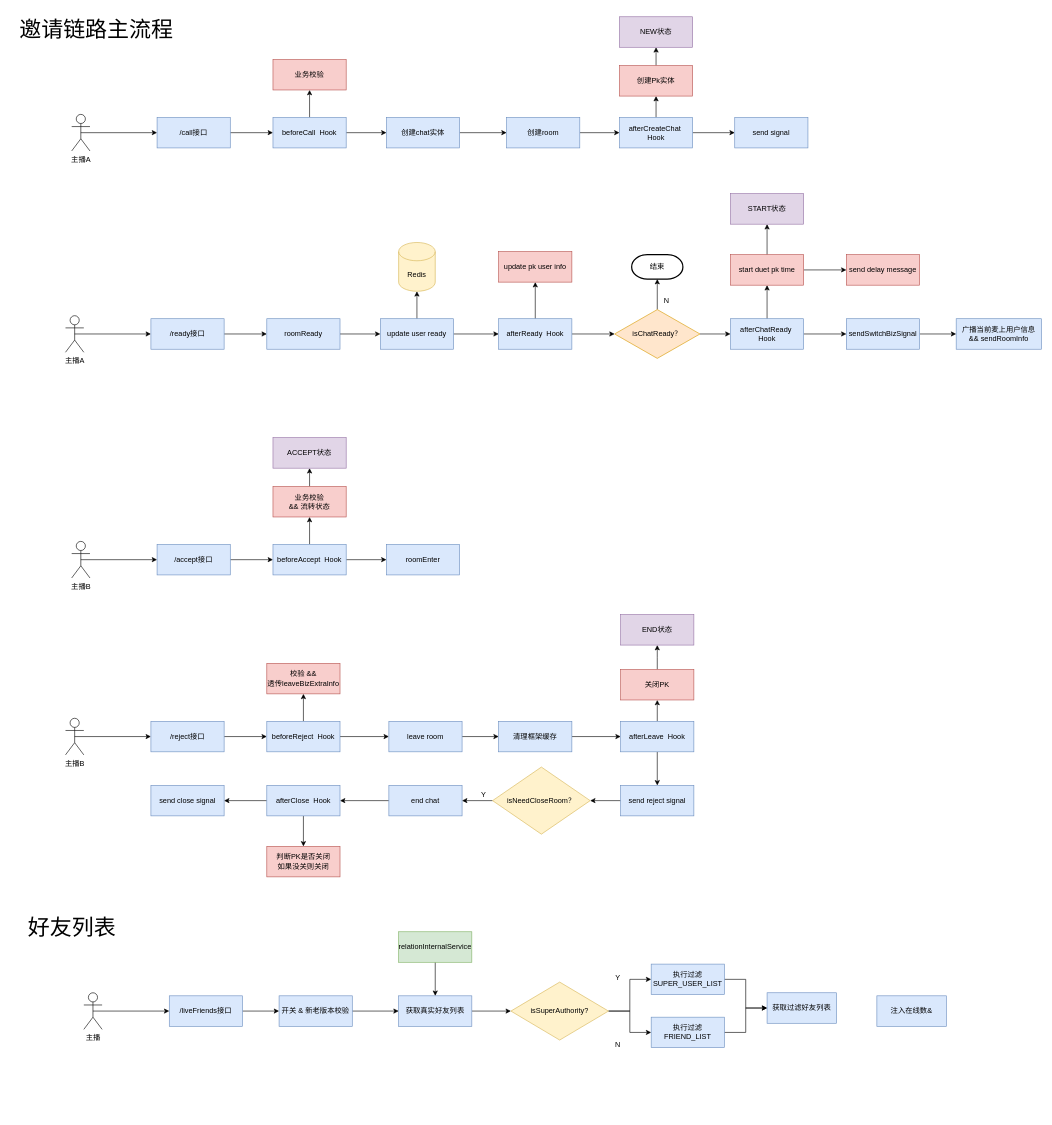
The draw.io diagram PK.drawio in fengyn1218/draw-pic, before the edit. Source tidied: cells renumbered, new cells numbered last; positions are measured from the earlier drawing's top-left corner, leaving out a move shared by most shapes. Both pictures are drawn from the tidied source at 61%, with x=0, y=0 at pixel (10, 10).
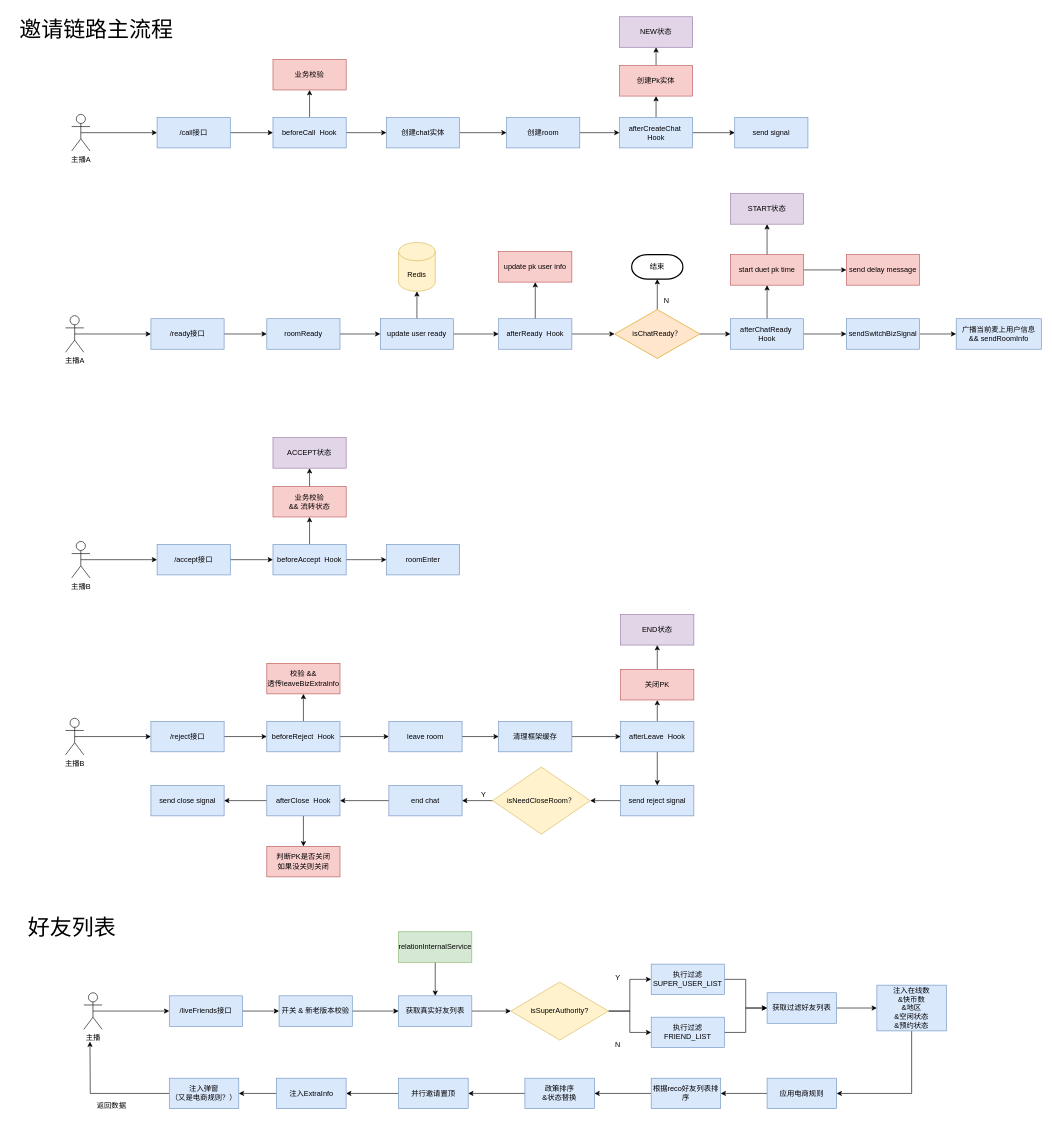
After the change.

The change refers to these unchanged cells:
```xml
<mxCell id="113" value="获取过滤好友列表" style="rounded=0;whiteSpace=wrap;html=1;fillColor=#dae8fc;strokeColor=#6c8ebf;" parent="1" vertex="1">
  <mxGeometry x="1240" y="1610" width="114" height="50" as="geometry" />
</mxCell>
```

Diff of the diagram source:
```diff
@@
+    <mxCell id="115" style="edgeStyle=orthogonalEdgeStyle;rounded=0;jettySize=auto;html=1;exitX=1;exitY=0.5;exitDx=0;exitDy=0;entryX=0;entryY=0.5;entryDx=0;entryDy=0;" parent="1" edge="1" source="113" target="114">
+      <mxGeometry relative="1" as="geometry" />
+    </mxCell>
@@
+    <mxCell id="116" style="edgeStyle=orthogonalEdgeStyle;rounded=0;jettySize=auto;html=1;exitX=0.5;exitY=1;exitDx=0;exitDy=0;entryX=1;entryY=0.5;entryDx=0;entryDy=0;" parent="1" edge="1" source="114" target="118">
+      <mxGeometry relative="1" as="geometry" />
+    </mxCell>
-    <mxCell id="114" value="注入在线数&amp;amp;" style="rounded=0;whiteSpace=wrap;html=1;fillColor=#dae8fc;strokeColor=#6c8ebf;" parent="1" vertex="1">
-      <mxGeometry x="1420" y="1615" width="114" height="50" as="geometry" />
+    <mxCell id="114" value="注入在线数&lt;br&gt;&amp;amp;快币数&lt;br&gt;&amp;amp;地区&lt;br&gt;&amp;amp;空闲状态&lt;br&gt;&amp;amp;预约状态" style="rounded=0;whiteSpace=wrap;html=1;fillColor=#dae8fc;strokeColor=#6c8ebf;" parent="1" vertex="1">
+      <mxGeometry x="1420" y="1597.5" width="114" height="75" as="geometry" />
     </mxCell>
+    <mxCell id="117" style="edgeStyle=orthogonalEdgeStyle;rounded=0;jettySize=auto;html=1;exitX=0;exitY=0.5;exitDx=0;exitDy=0;entryX=1;entryY=0.5;entryDx=0;entryDy=0;" parent="1" edge="1" source="118" target="120">
+      <mxGeometry relative="1" as="geometry" />
+    </mxCell>
+    <mxCell id="118" value="应用电商规则" style="rounded=0;whiteSpace=wrap;html=1;fillColor=#dae8fc;strokeColor=#6c8ebf;" parent="1" vertex="1">
+      <mxGeometry x="1240" y="1750" width="114" height="50" as="geometry" />
+    </mxCell>
+    <mxCell id="119" style="edgeStyle=orthogonalEdgeStyle;rounded=0;jettySize=auto;html=1;exitX=0;exitY=0.5;exitDx=0;exitDy=0;entryX=1;entryY=0.5;entryDx=0;entryDy=0;" parent="1" edge="1" source="120" target="122">
+      <mxGeometry relative="1" as="geometry" />
+    </mxCell>
+    <mxCell id="120" value="根据reco好友列表排序" style="rounded=0;whiteSpace=wrap;html=1;fillColor=#dae8fc;strokeColor=#6c8ebf;" parent="1" vertex="1">
+      <mxGeometry x="1050" y="1750" width="114" height="50" as="geometry" />
+    </mxCell>
+    <mxCell id="121" style="edgeStyle=orthogonalEdgeStyle;rounded=0;jettySize=auto;html=1;exitX=0;exitY=0.5;exitDx=0;exitDy=0;entryX=1;entryY=0.5;entryDx=0;entryDy=0;" parent="1" edge="1" source="122" target="124">
+      <mxGeometry relative="1" as="geometry" />
+    </mxCell>
+    <mxCell id="122" value="政策排序&lt;br&gt;&amp;amp;状态替换" style="rounded=0;whiteSpace=wrap;html=1;fillColor=#dae8fc;strokeColor=#6c8ebf;" parent="1" vertex="1">
+      <mxGeometry x="843" y="1750" width="114" height="50" as="geometry" />
+    </mxCell>
+    <mxCell id="123" style="edgeStyle=orthogonalEdgeStyle;rounded=0;jettySize=auto;html=1;exitX=0;exitY=0.5;exitDx=0;exitDy=0;entryX=1;entryY=0.5;entryDx=0;entryDy=0;" parent="1" edge="1" source="124" target="126">
+      <mxGeometry relative="1" as="geometry" />
+    </mxCell>
+    <mxCell id="124" value="并行邀请置顶" style="rounded=0;whiteSpace=wrap;html=1;fillColor=#dae8fc;strokeColor=#6c8ebf;" parent="1" vertex="1">
+      <mxGeometry x="636" y="1750" width="114" height="50" as="geometry" />
+    </mxCell>
+    <mxCell id="125" style="edgeStyle=orthogonalEdgeStyle;rounded=0;jettySize=auto;html=1;exitX=0;exitY=0.5;exitDx=0;exitDy=0;entryX=1;entryY=0.5;entryDx=0;entryDy=0;" parent="1" edge="1" source="126" target="128">
+      <mxGeometry relative="1" as="geometry" />
+    </mxCell>
+    <mxCell id="126" value="注入ExtraInfo" style="rounded=0;whiteSpace=wrap;html=1;fillColor=#dae8fc;strokeColor=#6c8ebf;" parent="1" vertex="1">
+      <mxGeometry x="435.9" y="1750" width="114" height="50" as="geometry" />
+    </mxCell>
+    <mxCell id="127" style="edgeStyle=orthogonalEdgeStyle;rounded=0;jettySize=auto;html=1;exitX=0;exitY=0.5;exitDx=0;exitDy=0;" parent="1" edge="1" source="128">
+      <mxGeometry relative="1" as="geometry">
+        <mxPoint x="130" y="1690" as="targetPoint" />
+      </mxGeometry>
+    </mxCell>
+    <mxCell id="128" value="注入弹窗&lt;br&gt;（又是电商规则？）" style="rounded=0;whiteSpace=wrap;html=1;fillColor=#dae8fc;strokeColor=#6c8ebf;" parent="1" vertex="1">
+      <mxGeometry x="260" y="1750" width="114" height="50" as="geometry" />
+    </mxCell>
+    <mxCell id="129" value="返回数据" style="text;html=1;align=center;verticalAlign=middle;strokeColor=none;fillColor=none;" parent="1" vertex="1">
+      <mxGeometry x="130" y="1780" width="70" height="30" as="geometry" />
+    </mxCell>
```
